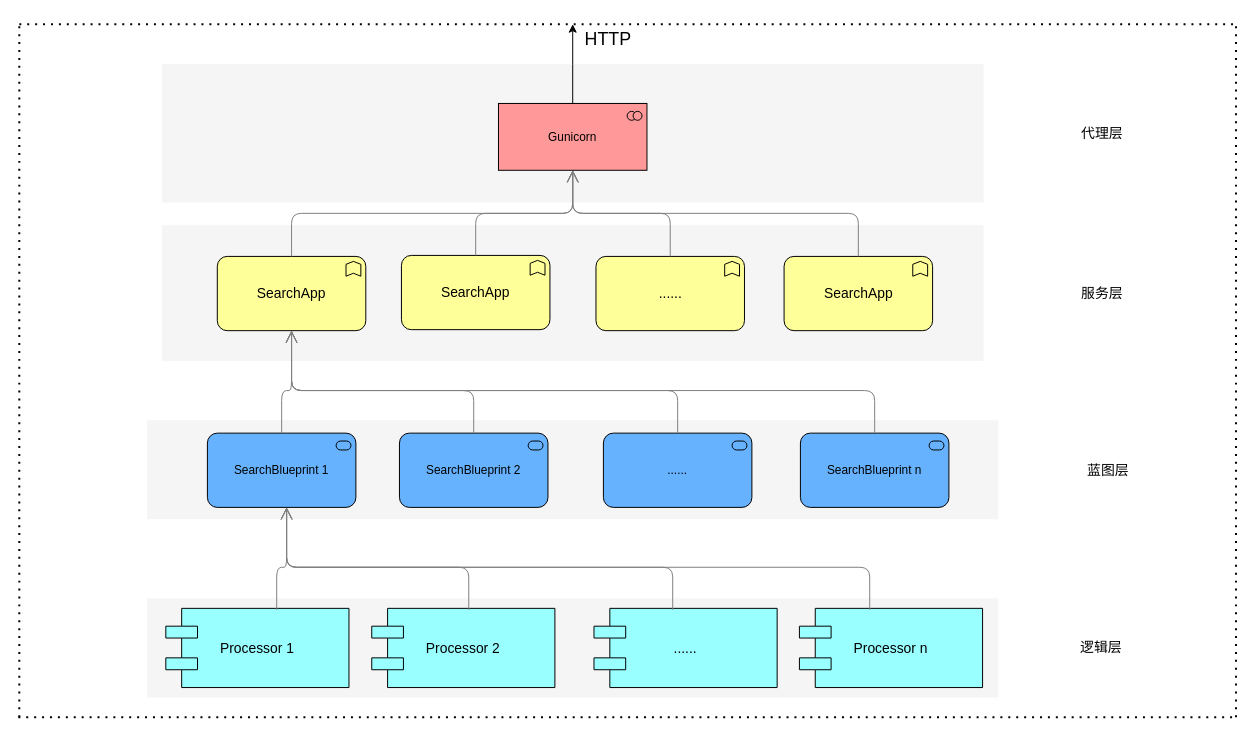
Above: engineering/架构设计/Untitled Diagram.drawio in Wanke15/wanke15.github.io (draw.io), before the change. Source tidied: cells renumbered, new cells numbered last; positions are measured from the earlier drawing's top-left corner, leaving out a move shared by most shapes. Both pictures are drawn from the tidied source at 99%, with x=0, y=0 at pixel (18, 24). Pictures stored in the file or linked from it are replaced by grey dashed boxes.
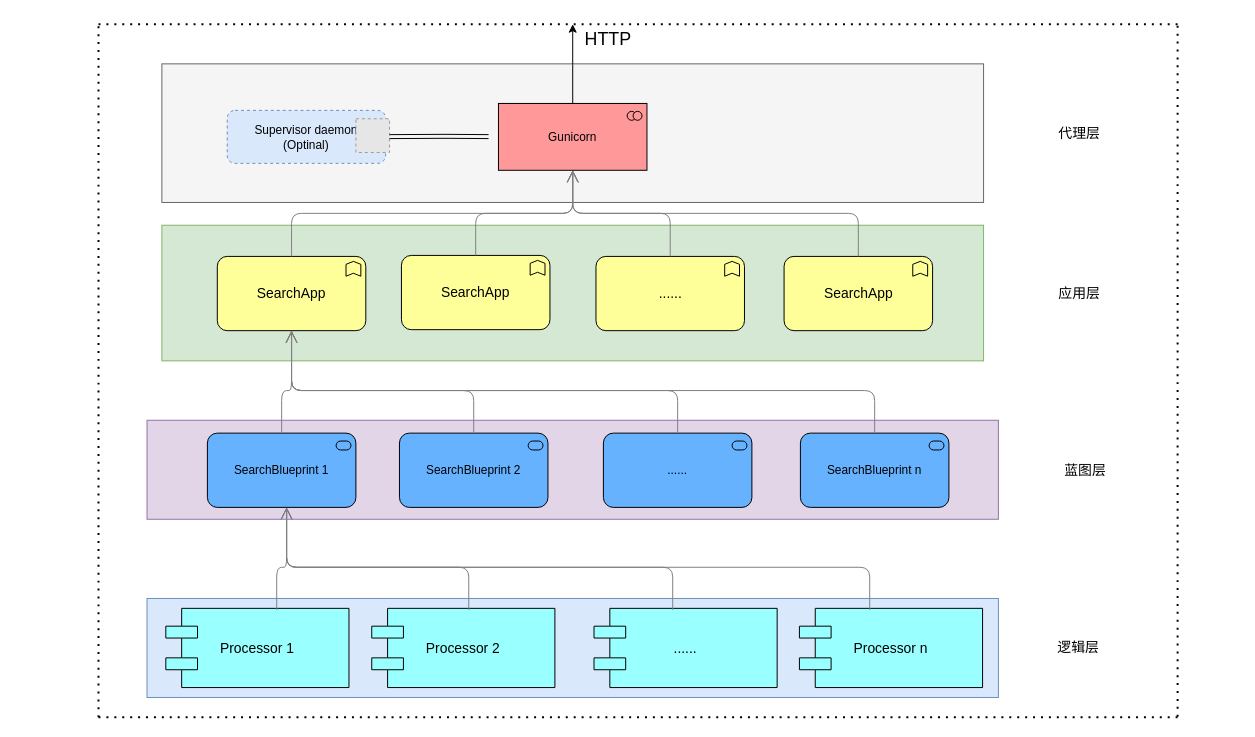
Above is the later version.

Diff of the diagram source:
```diff
@@
-    <mxCell id="2" style="whiteSpace=wrap;html=1;strokeColor=none;strokeWidth=1;fillColor=#f5f5f5;fontSize=14;" parent="1" vertex="1">
+    <mxCell id="2" style="whiteSpace=wrap;html=1;strokeColor=#6c8ebf;strokeWidth=1;fillColor=#dae8fc;fontSize=14;" parent="1" vertex="1">
       <mxGeometry x="130" y="580" width="860" height="100" as="geometry" />
     </mxCell>
-    <mxCell id="3" style="whiteSpace=wrap;html=1;strokeColor=none;strokeWidth=1;fillColor=#f5f5f5;fontSize=14;" parent="1" vertex="1">
+    <mxCell id="3" style="whiteSpace=wrap;html=1;strokeColor=#82b366;strokeWidth=1;fillColor=#d5e8d4;fontSize=14;" parent="1" vertex="1">
       <mxGeometry x="145" y="203" width="830" height="137" as="geometry" />
     </mxCell>
@@
     <mxCell id="9" value="逻辑层" style="text;html=1;strokeColor=none;fillColor=none;align=center;verticalAlign=middle;whiteSpace=wrap;fontSize=14;" parent="1" vertex="1">
-      <mxGeometry x="974" y="620" width="240" height="20" as="geometry" />
+      <mxGeometry x="951" y="620" width="240" height="20" as="geometry" />
     </mxCell>
-    <mxCell id="10" value="服务层" style="text;html=1;strokeColor=none;fillColor=none;align=center;verticalAlign=middle;whiteSpace=wrap;fontSize=14;" parent="1" vertex="1">
-      <mxGeometry x="975" y="261.5" width="240" height="20" as="geometry" />
+    <mxCell id="10" value="应用层" style="text;html=1;strokeColor=none;fillColor=none;align=center;verticalAlign=middle;whiteSpace=wrap;fontSize=14;" parent="1" vertex="1">
+      <mxGeometry x="952" y="261.5" width="240" height="20" as="geometry" />
     </mxCell>
@@
-    <mxCell id="13" style="whiteSpace=wrap;html=1;strokeColor=none;strokeWidth=1;fillColor=#f5f5f5;fontSize=14;" parent="1" vertex="1">
+    <mxCell id="13" style="whiteSpace=wrap;html=1;strokeWidth=1;fontSize=14;fillColor=#f5f5f5;strokeColor=#666666;fontColor=#333333;" parent="1" vertex="1">
       <mxGeometry x="145" y="40" width="830" height="140" as="geometry" />
     </mxCell>
@@
     <mxCell id="19" value="代理层" style="text;html=1;strokeColor=none;fillColor=none;align=center;verticalAlign=middle;whiteSpace=wrap;fontSize=14;" parent="1" vertex="1">
-      <mxGeometry x="975" y="100" width="240" height="20" as="geometry" />
+      <mxGeometry x="952" y="100" width="240" height="20" as="geometry" />
     </mxCell>
     <mxCell id="20" style="endArrow=none;dashed=1;html=1;dashPattern=1 3;strokeWidth=2;" parent="1" edge="1">
       <mxGeometry relative="1" as="geometry">
-        <mxPoint x="1" y="700" as="sourcePoint" />
-        <mxPoint x="1" as="targetPoint" />
+        <mxPoint x="81" y="700" as="sourcePoint" />
+        <mxPoint x="81" as="targetPoint" />
       </mxGeometry>
     </mxCell>
     <mxCell id="21" style="endArrow=none;dashed=1;html=1;dashPattern=1 3;strokeWidth=2;" parent="1" edge="1">
       <mxGeometry relative="1" as="geometry">
-        <mxPoint x="1230" y="700" as="sourcePoint" />
-        <mxPoint x="1230" y="0.5" as="targetPoint" />
+        <mxPoint x="1171" y="699.5" as="sourcePoint" />
+        <mxPoint x="1171" as="targetPoint" />
       </mxGeometry>
     </mxCell>
     <mxCell id="22" style="endArrow=none;dashed=1;html=1;dashPattern=1 3;strokeWidth=2;" parent="1" edge="1">
       <mxGeometry relative="1" as="geometry">
-        <mxPoint x="1" as="sourcePoint" />
-        <mxPoint x="1231" as="targetPoint" />
+        <mxPoint x="81" as="sourcePoint" />
+        <mxPoint x="1171" as="targetPoint" />
       </mxGeometry>
     </mxCell>
     <mxCell id="23" style="endArrow=none;dashed=1;html=1;dashPattern=1 3;strokeWidth=2;" parent="1" edge="1">
       <mxGeometry relative="1" as="geometry">
-        <mxPoint y="700" as="sourcePoint" />
-        <mxPoint x="1230" y="700" as="targetPoint" />
+        <mxPoint x="81" y="700" as="sourcePoint" />
+        <mxPoint x="1171" y="700" as="targetPoint" />
       </mxGeometry>
     </mxCell>
@@
-    <mxCell id="25" style="whiteSpace=wrap;html=1;strokeColor=none;strokeWidth=1;fillColor=#f5f5f5;fontSize=14;" parent="1" vertex="1">
+    <mxCell id="25" style="whiteSpace=wrap;html=1;strokeColor=#9673a6;strokeWidth=1;fillColor=#e1d5e7;fontSize=14;" parent="1" vertex="1">
       <mxGeometry x="130" y="400" width="860" height="100" as="geometry" />
     </mxCell>
@@
     <mxCell id="35" value="蓝图层" style="text;html=1;strokeColor=none;fillColor=none;align=center;verticalAlign=middle;whiteSpace=wrap;fontSize=14;" parent="1" vertex="1">
-      <mxGeometry x="981" y="440.5" width="240" height="20" as="geometry" />
+      <mxGeometry x="958" y="440.5" width="240" height="20" as="geometry" />
     </mxCell>
@@
+    <mxCell id="41" value="Supervisor daemon&lt;br&gt;(Optinal)" style="rounded=1;whiteSpace=wrap;html=1;dashed=1;fillColor=#dae8fc;strokeColor=#6c8ebf;" parent="1" vertex="1">
+      <mxGeometry x="211" y="87" width="160" height="53.5" as="geometry" />
+    </mxCell>
+    <mxCell id="42" style="fillColor=#E6E6E6;strokeColor=#999999;dashed=1;html=1;verticalAlign=top;verticalLabelPosition=bottom;labelBackgroundColor=#ffffff;" parent="1" vertex="1">
+      <mxGeometry x="341" y="95.5" width="34" height="34" as="geometry" />
+    </mxCell>
+    <mxCell id="43" style="shape=link;html=1;" parent="1" edge="1">
+      <mxGeometry relative="1" as="geometry">
+        <mxPoint x="375" y="113.5" as="sourcePoint" />
+        <mxPoint x="475" y="113.5" as="targetPoint" />
+        <Array as="points">
+          <mxPoint x="431" y="113.2" />
+        </Array>
+      </mxGeometry>
+    </mxCell>
```
